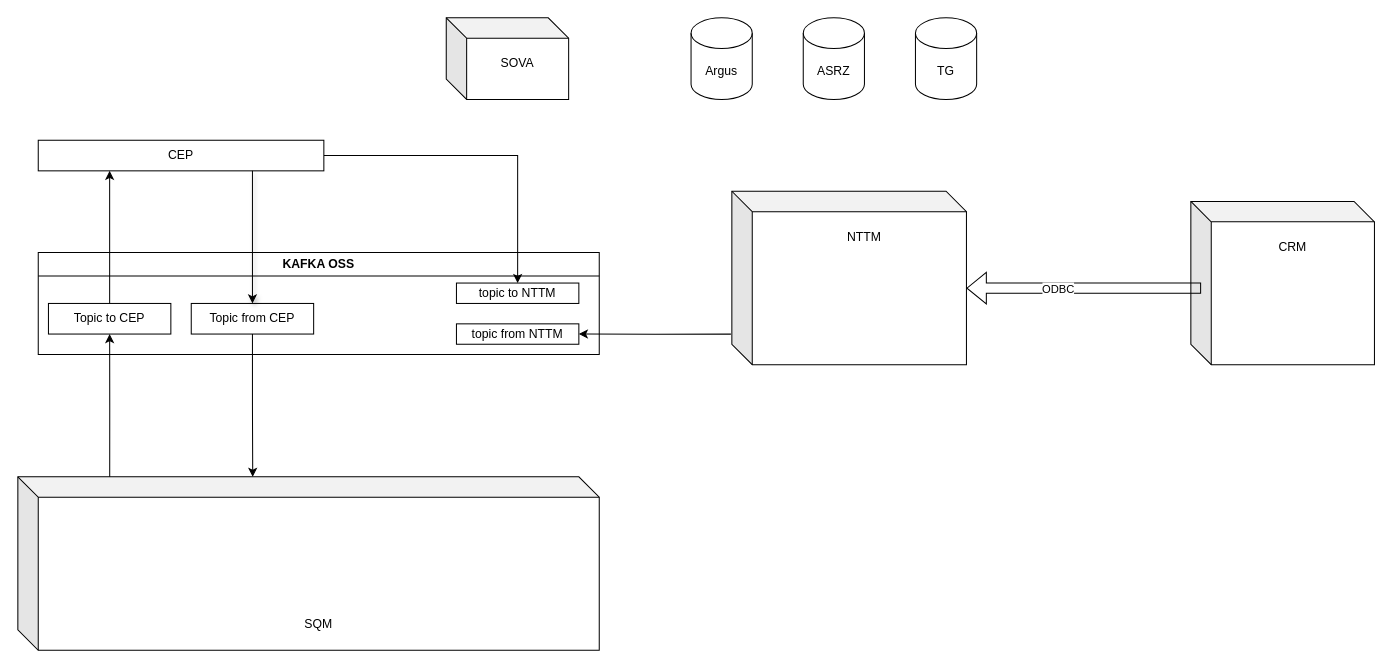
The draw.io diagram CEP.drawio in qqmax7/test, before the edit. Source tidied: cells renumbered, new cells numbered last; positions are measured from the earlier drawing's top-left corner, leaving out a move shared by most shapes. Both pictures are drawn from the tidied source at 102%, with x=0, y=0 at pixel (17, 17).
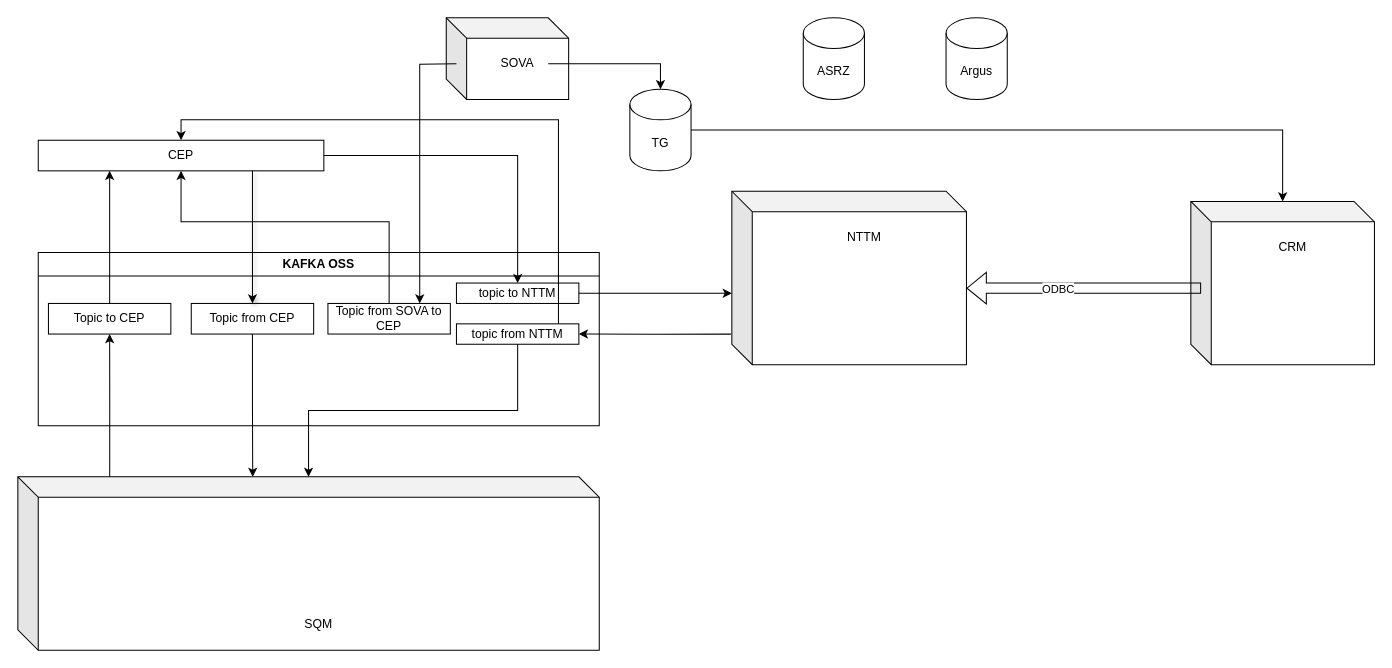
After the change.

Unchanged cells that the change refers to:
```xml
<mxCell id="5" value="topic to NTTM" style="rounded=0;whiteSpace=wrap;html=1;" parent="2" vertex="1">
  <mxGeometry x="410" y="30" width="120" height="20" as="geometry" />
</mxCell>
<mxCell id="6" value="topic from NTTM" style="rounded=0;whiteSpace=wrap;html=1;" parent="2" vertex="1">
  <mxGeometry x="410" y="70" width="120" height="20" as="geometry" />
</mxCell>
<mxCell id="8" style="rounded=0;whiteSpace=wrap;html=1;" parent="1" vertex="1">
  <mxGeometry x="20" y="120" width="280" height="30" as="geometry" />
</mxCell>
<mxCell id="13" style="shape=cube;whiteSpace=wrap;html=1;boundedLbl=1;backgroundOutline=1;darkOpacity=0.05;darkOpacity2=0.1;" parent="1" vertex="1">
  <mxGeometry y="450" width="570" height="170" as="geometry" />
</mxCell>
<mxCell id="17" style="shape=cube;whiteSpace=wrap;html=1;boundedLbl=1;backgroundOutline=1;darkOpacity=0.05;darkOpacity2=0.1;" parent="1" vertex="1">
  <mxGeometry x="700" y="170" width="230" height="170" as="geometry" />
</mxCell>
<mxCell id="20" value="SOVA" style="text;html=1;align=center;verticalAlign=middle;whiteSpace=wrap;rounded=0;" parent="1" vertex="1">
  <mxGeometry x="460" y="30" width="60" height="30" as="geometry" />
</mxCell>
<mxCell id="24" style="shape=cube;whiteSpace=wrap;html=1;boundedLbl=1;backgroundOutline=1;darkOpacity=0.05;darkOpacity2=0.1;" parent="1" vertex="1">
  <mxGeometry x="1150" y="180" width="180" height="160" as="geometry" />
</mxCell>
```

What changed in the source:
```diff
@@
     <mxCell id="2" value="&lt;div&gt;KAFKA OSS&lt;/div&gt;" style="swimlane;whiteSpace=wrap;html=1;" parent="1" vertex="1">
-      <mxGeometry x="20" y="230" width="550" height="100" as="geometry" />
+      <mxGeometry x="20" y="230" width="550" height="170" as="geometry" />
     </mxCell>
@@
+    <mxCell id="28" value="Topic from SOVA to CEP" style="rounded=0;whiteSpace=wrap;html=1;" parent="2" vertex="1">
+      <mxGeometry x="284" y="50" width="120" height="30" as="geometry" />
+    </mxCell>
@@
+    <mxCell id="29" style="edgeStyle=orthogonalEdgeStyle;rounded=0;jettySize=auto;html=1;entryX=0.75;entryY=0;entryDx=0;entryDy=0;" parent="1" edge="1" target="28">
+      <mxGeometry relative="1" as="geometry">
+        <mxPoint x="430" y="45" as="sourcePoint" />
+      </mxGeometry>
+    </mxCell>
+    <mxCell id="30" style="edgeStyle=orthogonalEdgeStyle;rounded=0;jettySize=auto;html=1;" parent="1" edge="1" source="20" target="23">
+      <mxGeometry relative="1" as="geometry" />
+    </mxCell>
@@
     <mxCell id="21" value="Argus" style="shape=cylinder3;whiteSpace=wrap;html=1;boundedLbl=1;backgroundOutline=1;size=15;" parent="1" vertex="1">
-      <mxGeometry x="660" width="60" height="80" as="geometry" />
+      <mxGeometry x="910" width="60" height="80" as="geometry" />
     </mxCell>
@@
+    <mxCell id="31" style="edgeStyle=orthogonalEdgeStyle;rounded=0;jettySize=auto;html=1;" parent="1" edge="1" source="23" target="24">
+      <mxGeometry relative="1" as="geometry" />
+    </mxCell>
     <mxCell id="23" value="TG" style="shape=cylinder3;whiteSpace=wrap;html=1;boundedLbl=1;backgroundOutline=1;size=15;" parent="1" vertex="1">
-      <mxGeometry x="880" width="60" height="80" as="geometry" />
+      <mxGeometry x="600" y="70" width="60" height="80" as="geometry" />
     </mxCell>
@@
+    <mxCell id="32" style="edgeStyle=orthogonalEdgeStyle;rounded=0;jettySize=auto;html=1;exitX=0.5;exitY=0;exitDx=0;exitDy=0;" parent="1" edge="1" source="28" target="8">
+      <mxGeometry relative="1" as="geometry">
+        <Array as="points">
+          <mxPoint x="364" y="200" />
+          <mxPoint x="160" y="200" />
+        </Array>
+      </mxGeometry>
+    </mxCell>
+    <mxCell id="33" style="edgeStyle=orthogonalEdgeStyle;rounded=0;jettySize=auto;html=1;entryX=0;entryY=0.588;entryDx=0;entryDy=0;entryPerimeter=0;" parent="1" edge="1" source="5" target="17">
+      <mxGeometry relative="1" as="geometry" />
+    </mxCell>
+    <mxCell id="34" style="edgeStyle=orthogonalEdgeStyle;rounded=0;jettySize=auto;html=1;" parent="1" edge="1" source="6" target="8">
+      <mxGeometry relative="1" as="geometry">
+        <Array as="points">
+          <mxPoint x="530" y="100" />
+          <mxPoint x="160" y="100" />
+        </Array>
+      </mxGeometry>
+    </mxCell>
+    <mxCell id="35" style="edgeStyle=orthogonalEdgeStyle;rounded=0;jettySize=auto;html=1;" parent="1" edge="1" source="6" target="13">
+      <mxGeometry relative="1" as="geometry" />
+    </mxCell>
```
